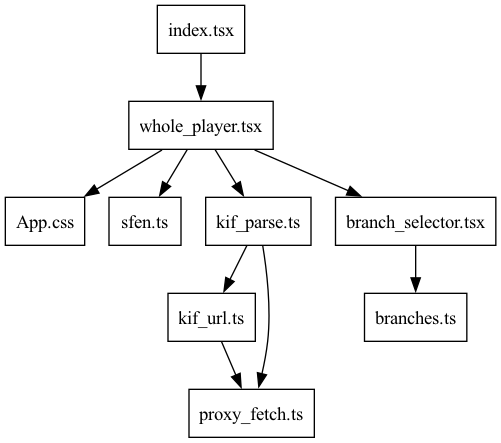
The Graphviz diagram www/dependency_graph.png in koba-e964/tsumeshogi-web-solver, before a commit. Its source is kept beside it as www/dependency_graph.dot.
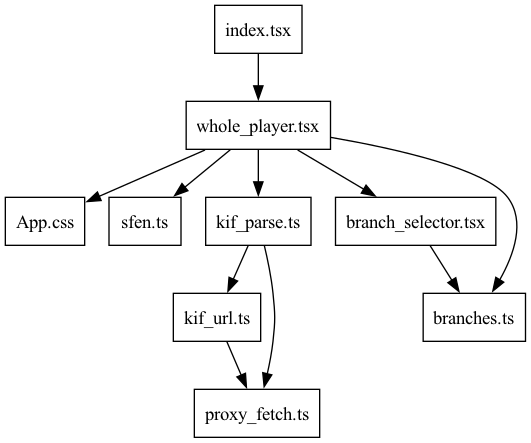
Above is the later version.

Change to the diagram source:
```diff
@@ -7,6 +7,7 @@
     "whole_player.tsx" -> "sfen.ts"
     "whole_player.tsx" -> "kif_parse.ts"
     "whole_player.tsx" -> "branch_selector.tsx"
+    "whole_player.tsx" -> "branches.ts"
     "kif_parse.ts" -> "kif_url.ts"
     "kif_parse.ts" -> "proxy_fetch.ts"
     "kif_url.ts" -> "proxy_fetch.ts"
```
